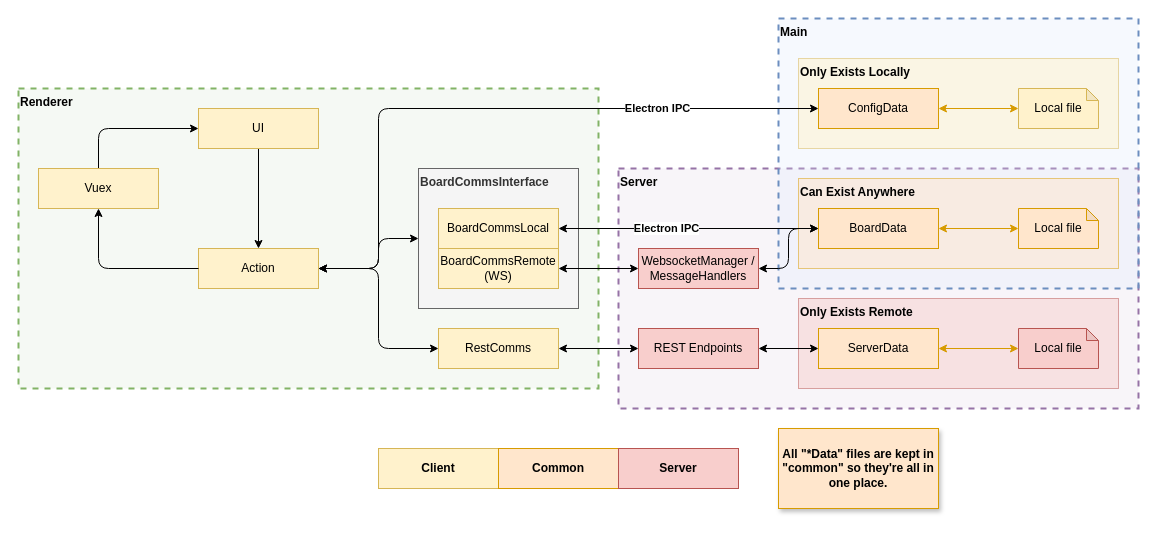
Before: docs/actionframework.drawio in benzenittini/constellation, a draw.io diagram. Source tidied: cells renumbered, new cells numbered last; positions are measured from the earlier drawing's top-left corner, leaving out a move shared by most shapes. Both pictures are drawn from the tidied source at 100%, with x=0, y=0 at pixel (18, 18).
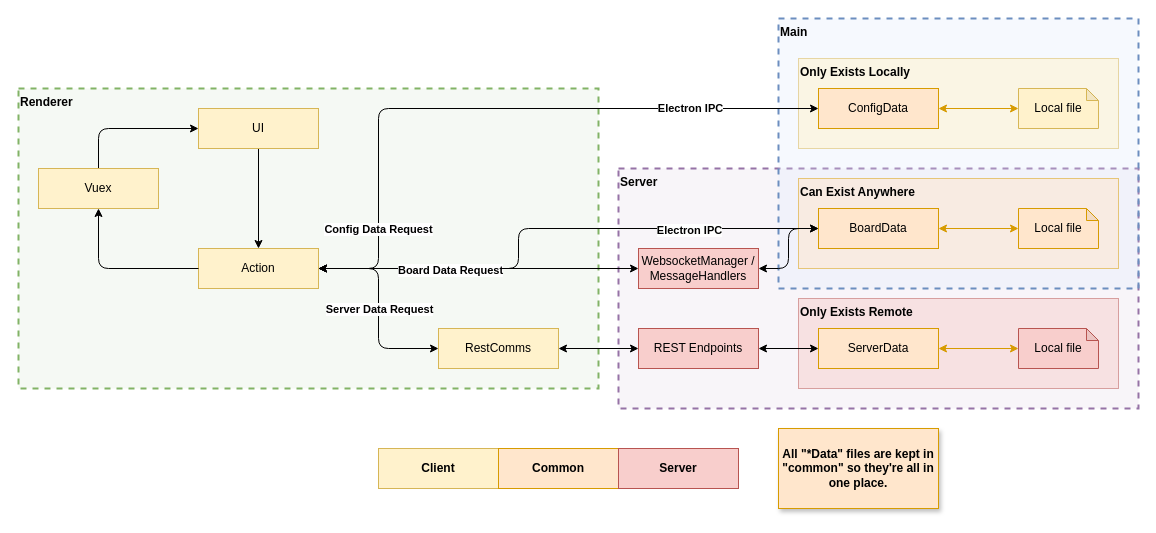
After the change.

Unchanged cells that the change refers to:
```xml
<mxCell id="9" style="edgeStyle=orthogonalEdgeStyle;rounded=1;jettySize=auto;html=1;exitX=1;exitY=0.5;exitDx=0;exitDy=0;entryX=0;entryY=0.5;entryDx=0;entryDy=0;startArrow=classic;startFill=1;" parent="1" edge="1" source="12" target="38">
  <mxGeometry relative="1" as="geometry">
    <Array as="points">
      <mxPoint x="360" y="250" />
      <mxPoint x="360" y="90" />
    </Array>
  </mxGeometry>
</mxCell>
<mxCell id="11" style="edgeStyle=orthogonalEdgeStyle;rounded=1;jettySize=auto;html=1;exitX=1;exitY=0.5;exitDx=0;exitDy=0;entryX=0;entryY=0.5;entryDx=0;entryDy=0;strokeColor=default;startArrow=classic;startFill=1;" parent="1" edge="1" source="12" target="42">
  <mxGeometry relative="1" as="geometry" />
</mxCell>
<mxCell id="12" value="Action" style="rounded=0;whiteSpace=wrap;html=1;verticalAlign=middle;fontStyle=0;align=center;fillColor=#fff2cc;strokeColor=#d6b656;strokeWidth=1;" parent="1" vertex="1">
  <mxGeometry x="180" y="230" width="120" height="40" as="geometry" />
</mxCell>
<mxCell id="15" value="BoardData" style="rounded=0;whiteSpace=wrap;html=1;fillColor=#ffe6cc;strokeColor=#d79b00;strokeWidth=1;" parent="1" vertex="1">
  <mxGeometry x="800" y="190" width="120" height="40" as="geometry" />
</mxCell>
<mxCell id="33" value="WebsocketManager /&lt;br&gt;MessageHandlers" style="rounded=0;whiteSpace=wrap;html=1;fillColor=#f8cecc;strokeColor=#b85450;strokeWidth=1;" parent="1" vertex="1">
  <mxGeometry x="620" y="230" width="120" height="40" as="geometry" />
</mxCell>
```

Diff of the diagram source:
```diff
@@
     <mxCell id="10" value="Electron IPC" style="edgeLabel;html=1;align=center;verticalAlign=middle;fontStyle=1;" parent="9" vertex="1">
-      <mxGeometry x="0.51" y="1" relative="1" as="geometry" />
+      <mxGeometry x="0.51" y="1" relative="1" as="geometry">
+        <mxPoint x="33" as="offset" />
+      </mxGeometry>
     </mxCell>
+    <mxCell id="43" value="&lt;b&gt;Config Data Request&lt;/b&gt;" style="edgeLabel;html=1;align=center;verticalAlign=middle;" parent="9" vertex="1">
+      <mxGeometry x="-0.12" y="-2" relative="1" as="geometry">
+        <mxPoint x="-71" y="118" as="offset" />
+      </mxGeometry>
+    </mxCell>
@@
+    <mxCell id="44" value="&lt;b&gt;Server Data Request&lt;/b&gt;" style="edgeLabel;html=1;align=center;verticalAlign=middle;" parent="11" vertex="1">
+      <mxGeometry x="0.6" y="-2" relative="1" as="geometry">
+        <mxPoint x="-20" y="-42" as="offset" />
+      </mxGeometry>
+    </mxCell>
@@
-    <mxCell id="13" value="BoardCommsInterface" style="rounded=0;whiteSpace=wrap;html=1;verticalAlign=top;fontStyle=1;align=left;fillColor=#f5f5f5;fontColor=#333333;strokeColor=#666666;strokeWidth=1;" parent="1" vertex="1">
-      <mxGeometry x="400" y="150" width="160" height="140" as="geometry" />
-    </mxCell>
@@
-    <mxCell id="18" style="edgeStyle=orthogonalEdgeStyle;rounded=1;jettySize=auto;html=1;exitX=1;exitY=0.5;exitDx=0;exitDy=0;entryX=0;entryY=0.5;entryDx=0;entryDy=0;startArrow=classic;startFill=1;" parent="1" edge="1" source="19" target="33">
+    <mxCell id="18" style="edgeStyle=orthogonalEdgeStyle;rounded=1;jettySize=auto;html=1;exitX=1;exitY=0.5;exitDx=0;exitDy=0;entryX=0;entryY=0.5;entryDx=0;entryDy=0;startArrow=classic;startFill=1;" parent="1" edge="1" source="12" target="33">
       <mxGeometry relative="1" as="geometry" />
     </mxCell>
-    <mxCell id="19" value="BoardCommsRemote&lt;br&gt;(WS)" style="rounded=0;whiteSpace=wrap;html=1;fillColor=#fff2cc;strokeColor=#d6b656;strokeWidth=1;" parent="1" vertex="1">
-      <mxGeometry x="420" y="230" width="120" height="40" as="geometry" />
-    </mxCell>
@@
-    <mxCell id="23" style="edgeStyle=orthogonalEdgeStyle;rounded=1;jettySize=auto;html=1;exitX=1;exitY=0.5;exitDx=0;exitDy=0;entryX=0;entryY=0.5;entryDx=0;entryDy=0;startArrow=classic;startFill=1;" parent="1" edge="1" source="25" target="15">
-      <mxGeometry relative="1" as="geometry" />
+    <mxCell id="23" style="edgeStyle=orthogonalEdgeStyle;rounded=1;jettySize=auto;html=1;exitX=1;exitY=0.5;exitDx=0;exitDy=0;entryX=0;entryY=0.5;entryDx=0;entryDy=0;startArrow=classic;startFill=1;" parent="1" edge="1" source="12" target="15">
+      <mxGeometry relative="1" as="geometry">
+        <Array as="points">
+          <mxPoint x="500" y="250" />
+          <mxPoint x="500" y="210" />
+        </Array>
+      </mxGeometry>
     </mxCell>
     <mxCell id="24" value="Electron IPC" style="edgeLabel;html=1;align=center;verticalAlign=middle;fontStyle=1;" parent="23" vertex="1">
-      <mxGeometry x="-0.18" y="1" relative="1" as="geometry" />
+      <mxGeometry x="-0.18" y="1" relative="1" as="geometry">
+        <mxPoint x="171" y="-18" as="offset" />
+      </mxGeometry>
     </mxCell>
-    <mxCell id="25" value="BoardCommsLocal" style="rounded=0;whiteSpace=wrap;html=1;fillColor=#fff2cc;strokeColor=#d6b656;strokeWidth=1;" parent="1" vertex="1">
-      <mxGeometry x="420" y="190" width="120" height="40" as="geometry" />
-    </mxCell>
-    <mxCell id="26" style="edgeStyle=orthogonalEdgeStyle;rounded=1;jettySize=auto;html=1;entryX=0;entryY=0.5;entryDx=0;entryDy=0;startArrow=classic;startFill=1;exitX=1;exitY=0.5;exitDx=0;exitDy=0;" parent="1" edge="1" source="12" target="13">
-      <mxGeometry relative="1" as="geometry">
-        <Array as="points">
-          <mxPoint x="360" y="250" />
-          <mxPoint x="360" y="220" />
-        </Array>
-      </mxGeometry>
-    </mxCell>
+    <mxCell id="45" value="Board Data Request" style="edgeLabel;html=1;align=center;verticalAlign=middle;fontStyle=1;" parent="23" vertex="1">
+      <mxGeometry x="-0.59" y="-1" relative="1" as="geometry">
+        <mxPoint x="20" as="offset" />
+      </mxGeometry>
+    </mxCell>
```
